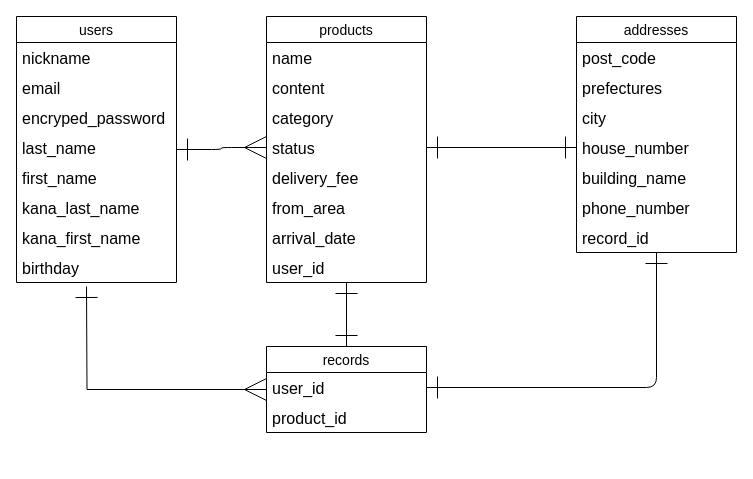
maxmyfriend/furima-35051 keeps this draw.io diagram as fruima.dio. Above is the earlier version. Source tidied: cells renumbered, new cells numbered last; positions are measured from the earlier drawing's top-left corner, leaving out a move shared by most shapes. Both pictures are drawn from the tidied source at 100%, with x=0, y=0 at pixel (16, 16).
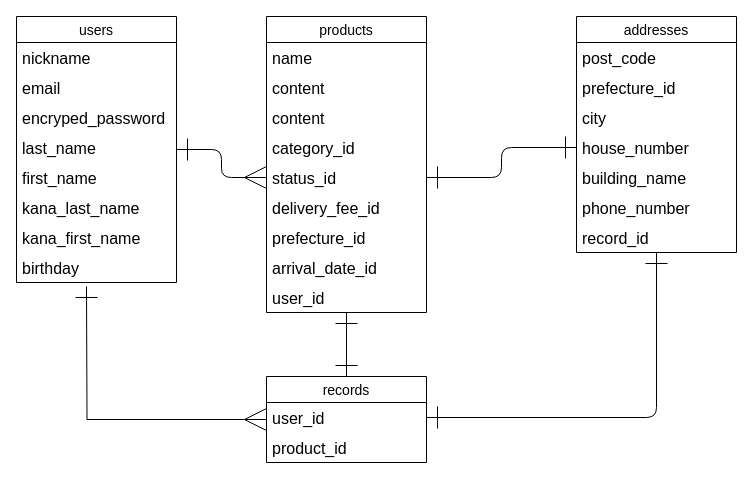
After the change.

Commit message (it also covers changes not shown here):
ER図、READMEの修正③

Unchanged cells that the change refers to:
```xml
<mxCell id="27" value="addresses" style="swimlane;fontStyle=0;horizontal=1;startSize=26;align=center;fontSize=14;" parent="1" vertex="1">
  <mxGeometry x="560" width="160" height="236" as="geometry" />
</mxCell>
```

What changed in the source:
```diff
@@
     <mxCell id="13" value="products" style="swimlane;fontStyle=0;horizontal=1;startSize=26;align=center;fontSize=14;" parent="1" vertex="1">
-      <mxGeometry x="250" width="160" height="266" as="geometry" />
+      <mxGeometry x="250" width="160" height="296" as="geometry" />
     </mxCell>
@@
+    <mxCell id="36" value="content" style="text;strokeColor=none;fillColor=none;spacingLeft=4;spacingRight=4;overflow=hidden;fontSize=16;" parent="13" vertex="1">
+      <mxGeometry y="86" width="160" height="30" as="geometry" />
+    </mxCell>
-    <mxCell id="16" value="category" style="text;strokeColor=none;fillColor=none;spacingLeft=4;spacingRight=4;overflow=hidden;fontSize=16;" parent="13" vertex="1">
-      <mxGeometry y="86" width="160" height="30" as="geometry" />
+    <mxCell id="16" value="category_id" style="text;strokeColor=none;fillColor=none;spacingLeft=4;spacingRight=4;overflow=hidden;fontSize=16;" parent="13" vertex="1">
+      <mxGeometry y="116" width="160" height="30" as="geometry" />
     </mxCell>
-    <mxCell id="17" value="status" style="text;strokeColor=none;fillColor=none;spacingLeft=4;spacingRight=4;overflow=hidden;points=[[0,0.5],[1,0.5]];portConstraint=eastwest;fontSize=16;" parent="13" vertex="1">
-      <mxGeometry y="116" width="160" height="30" as="geometry" />
+    <mxCell id="17" value="status_id" style="text;strokeColor=none;fillColor=none;spacingLeft=4;spacingRight=4;overflow=hidden;points=[[0,0.5],[1,0.5]];portConstraint=eastwest;fontSize=16;" parent="13" vertex="1">
+      <mxGeometry y="146" width="160" height="30" as="geometry" />
     </mxCell>
-    <mxCell id="18" value="delivery_fee" style="text;strokeColor=none;fillColor=none;spacingLeft=4;spacingRight=4;overflow=hidden;fontSize=16;" parent="13" vertex="1">
-      <mxGeometry y="146" width="160" height="30" as="geometry" />
+    <mxCell id="18" value="delivery_fee_id" style="text;strokeColor=none;fillColor=none;spacingLeft=4;spacingRight=4;overflow=hidden;fontSize=16;" parent="13" vertex="1">
+      <mxGeometry y="176" width="160" height="30" as="geometry" />
     </mxCell>
-    <mxCell id="19" value="from_area" style="text;strokeColor=none;fillColor=none;spacingLeft=4;spacingRight=4;overflow=hidden;fontSize=16;" parent="13" vertex="1">
-      <mxGeometry y="176" width="160" height="30" as="geometry" />
+    <mxCell id="19" value="prefecture_id" style="text;strokeColor=none;fillColor=none;spacingLeft=4;spacingRight=4;overflow=hidden;fontSize=16;" parent="13" vertex="1">
+      <mxGeometry y="206" width="160" height="30" as="geometry" />
     </mxCell>
-    <mxCell id="20" value="arrival_date" style="text;strokeColor=none;fillColor=none;spacingLeft=4;spacingRight=4;overflow=hidden;fontSize=16;" parent="13" vertex="1">
-      <mxGeometry y="206" width="160" height="30" as="geometry" />
+    <mxCell id="20" value="arrival_date_id" style="text;strokeColor=none;fillColor=none;spacingLeft=4;spacingRight=4;overflow=hidden;fontSize=16;" parent="13" vertex="1">
+      <mxGeometry y="236" width="160" height="30" as="geometry" />
     </mxCell>
     <mxCell id="21" value="user_id" style="text;strokeColor=none;fillColor=none;spacingLeft=4;spacingRight=4;overflow=hidden;fontSize=16;" parent="13" vertex="1">
-      <mxGeometry y="236" width="160" height="30" as="geometry" />
+      <mxGeometry y="266" width="160" height="30" as="geometry" />
     </mxCell>
@@
     <mxCell id="23" value="records" style="swimlane;fontStyle=0;horizontal=1;startSize=26;align=center;fontSize=14;" parent="1" vertex="1">
-      <mxGeometry x="250" y="330" width="160" height="86" as="geometry" />
+      <mxGeometry x="250" y="360" width="160" height="86" as="geometry" />
     </mxCell>
@@
-    <mxCell id="29" value="prefectures" style="text;strokeColor=none;fillColor=none;spacingLeft=4;spacingRight=4;overflow=hidden;fontSize=16;" parent="27" vertex="1">
+    <mxCell id="29" value="prefecture_id" style="text;strokeColor=none;fillColor=none;spacingLeft=4;spacingRight=4;overflow=hidden;fontSize=16;" parent="27" vertex="1">
       <mxGeometry y="56" width="160" height="30" as="geometry" />
     </mxCell>
```
